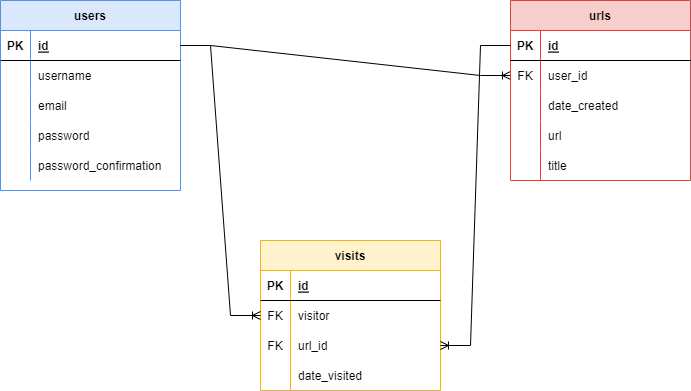
The draw.io diagram back-end/ERD - TinyURLs.png in Purpleknife/TinyURLs, before a commit. Source tidied: cells renumbered, new cells last; positions are measured from the earlier drawing's top-left corner, leaving out a move shared by most shapes. Source of this version:
```xml
<mxGraphModel>
  <root>
    <mxCell id="0" />
    <mxCell id="1" parent="0" />
    <mxCell id="2" value="users" style="shape=table;startSize=30;rowLines=0;fontStyle=1;align=center;fillColor=#dae8fc;strokeColor=#6c8ebf;" parent="1" vertex="1">
      <mxGeometry width="180" height="190" as="geometry" />
    </mxCell>
    <mxCell id="3" style="shape=tableRow;horizontal=0;startSize=0;swimlaneHead=0;swimlaneBody=0;fillColor=none;points=[[0,0.5],[1,0.5]];portConstraint=eastwest;top=0;left=0;right=0;bottom=1;" parent="2" vertex="1">
      <mxGeometry y="30" width="180" height="30" as="geometry" />
    </mxCell>
    <mxCell id="4" value="PK" style="shape=partialRectangle;fillColor=none;top=0;left=0;bottom=0;right=0;fontStyle=1;overflow=hidden;" parent="3" vertex="1">
      <mxGeometry width="30" height="30" as="geometry" />
    </mxCell>
    <mxCell id="5" value="id" style="shape=partialRectangle;fillColor=none;top=0;left=0;bottom=0;right=0;align=left;spacingLeft=6;fontStyle=5;overflow=hidden;" parent="3" vertex="1">
      <mxGeometry x="30" width="150" height="30" as="geometry" />
    </mxCell>
    <mxCell id="6" style="shape=tableRow;horizontal=0;startSize=0;swimlaneHead=0;swimlaneBody=0;fillColor=none;top=0;left=0;right=0;bottom=0;" parent="2" vertex="1">
      <mxGeometry y="60" width="180" height="30" as="geometry" />
    </mxCell>
    <mxCell id="7" style="shape=partialRectangle;fillColor=none;top=0;left=0;bottom=0;right=0;overflow=hidden;" parent="6" vertex="1">
      <mxGeometry width="30" height="30" as="geometry" />
    </mxCell>
    <mxCell id="8" value="username" style="shape=partialRectangle;fillColor=none;top=0;left=0;bottom=0;right=0;align=left;spacingLeft=6;overflow=hidden;" parent="6" vertex="1">
      <mxGeometry x="30" width="150" height="30" as="geometry" />
    </mxCell>
    <mxCell id="9" style="shape=tableRow;horizontal=0;startSize=0;swimlaneHead=0;swimlaneBody=0;fillColor=none;top=0;left=0;right=0;bottom=0;" parent="2" vertex="1">
      <mxGeometry y="90" width="180" height="30" as="geometry" />
    </mxCell>
    <mxCell id="10" style="shape=partialRectangle;fillColor=none;top=0;left=0;bottom=0;right=0;overflow=hidden;" parent="9" vertex="1">
      <mxGeometry width="30" height="30" as="geometry" />
    </mxCell>
    <mxCell id="11" value="email" style="shape=partialRectangle;fillColor=none;top=0;left=0;bottom=0;right=0;align=left;spacingLeft=6;overflow=hidden;" parent="9" vertex="1">
      <mxGeometry x="30" width="150" height="30" as="geometry" />
    </mxCell>
    <mxCell id="12" style="shape=tableRow;horizontal=0;startSize=0;swimlaneHead=0;swimlaneBody=0;fillColor=none;top=0;left=0;right=0;bottom=0;" parent="2" vertex="1">
      <mxGeometry y="120" width="180" height="30" as="geometry" />
    </mxCell>
    <mxCell id="13" style="shape=partialRectangle;fillColor=none;top=0;left=0;bottom=0;right=0;overflow=hidden;" parent="12" vertex="1">
      <mxGeometry width="30" height="30" as="geometry" />
    </mxCell>
    <mxCell id="14" value="password" style="shape=partialRectangle;fillColor=none;top=0;left=0;bottom=0;right=0;align=left;spacingLeft=6;overflow=hidden;" parent="12" vertex="1">
      <mxGeometry x="30" width="150" height="30" as="geometry" />
    </mxCell>
    <mxCell id="15" style="shape=tableRow;horizontal=0;startSize=0;swimlaneHead=0;swimlaneBody=0;fillColor=none;top=0;left=0;right=0;bottom=0;" parent="2" vertex="1">
      <mxGeometry y="150" width="180" height="30" as="geometry" />
    </mxCell>
    <mxCell id="16" style="shape=partialRectangle;fillColor=none;top=0;left=0;bottom=0;right=0;overflow=hidden;" parent="15" vertex="1">
      <mxGeometry width="30" height="30" as="geometry" />
    </mxCell>
    <mxCell id="17" value="password_confirmation" style="shape=partialRectangle;fillColor=none;top=0;left=0;bottom=0;right=0;align=left;spacingLeft=6;overflow=hidden;" parent="15" vertex="1">
      <mxGeometry x="30" width="150" height="30" as="geometry" />
    </mxCell>
    <mxCell id="18" style="edgeStyle=entityRelationEdgeStyle;fontSize=12;html=1;endArrow=ERoneToMany;rounded=0;entryX=0;entryY=0.5;entryDx=0;entryDy=0;" parent="1" edge="1" target="36">
      <mxGeometry relative="1" as="geometry">
        <mxPoint x="180" y="45" as="sourcePoint" />
      </mxGeometry>
    </mxCell>
    <mxCell id="19" value="visits" style="shape=table;startSize=30;rowLines=0;fontStyle=1;align=center;fillColor=#fff2cc;strokeColor=#d6b656;" parent="1" vertex="1">
      <mxGeometry x="260" y="240" width="180" height="150" as="geometry" />
    </mxCell>
    <mxCell id="20" style="shape=tableRow;horizontal=0;startSize=0;swimlaneHead=0;swimlaneBody=0;fillColor=none;top=0;left=0;right=0;bottom=1;" parent="19" vertex="1">
      <mxGeometry y="30" width="180" height="30" as="geometry" />
    </mxCell>
    <mxCell id="21" value="PK" style="shape=partialRectangle;fillColor=none;top=0;left=0;bottom=0;right=0;fontStyle=1;overflow=hidden;" parent="20" vertex="1">
      <mxGeometry width="30" height="30" as="geometry" />
    </mxCell>
    <mxCell id="22" value="id" style="shape=partialRectangle;fillColor=none;top=0;left=0;bottom=0;right=0;align=left;spacingLeft=6;fontStyle=5;overflow=hidden;" parent="20" vertex="1">
      <mxGeometry x="30" width="150" height="30" as="geometry" />
    </mxCell>
    <mxCell id="23" style="shape=tableRow;horizontal=0;startSize=0;swimlaneHead=0;swimlaneBody=0;fillColor=none;points=[[0,0.5],[1,0.5]];portConstraint=eastwest;top=0;left=0;right=0;bottom=0;" parent="19" vertex="1">
      <mxGeometry y="60" width="180" height="30" as="geometry" />
    </mxCell>
    <mxCell id="24" value="FK" style="shape=partialRectangle;fillColor=none;top=0;left=0;bottom=0;right=0;overflow=hidden;" parent="23" vertex="1">
      <mxGeometry width="30" height="30" as="geometry" />
    </mxCell>
    <mxCell id="25" value="visitor" style="shape=partialRectangle;fillColor=none;top=0;left=0;bottom=0;right=0;align=left;spacingLeft=6;overflow=hidden;" parent="23" vertex="1">
      <mxGeometry x="30" width="150" height="30" as="geometry" />
    </mxCell>
    <mxCell id="26" style="shape=tableRow;horizontal=0;startSize=0;swimlaneHead=0;swimlaneBody=0;fillColor=none;points=[[0,0.5],[1,0.5]];portConstraint=eastwest;top=0;left=0;right=0;bottom=0;" parent="19" vertex="1">
      <mxGeometry y="90" width="180" height="30" as="geometry" />
    </mxCell>
    <mxCell id="27" value="FK" style="shape=partialRectangle;fillColor=none;top=0;left=0;bottom=0;right=0;overflow=hidden;" parent="26" vertex="1">
      <mxGeometry width="30" height="30" as="geometry" />
    </mxCell>
    <mxCell id="28" value="url_id" style="shape=partialRectangle;fillColor=none;top=0;left=0;bottom=0;right=0;align=left;spacingLeft=6;overflow=hidden;" parent="26" vertex="1">
      <mxGeometry x="30" width="150" height="30" as="geometry" />
    </mxCell>
    <mxCell id="29" style="shape=tableRow;horizontal=0;startSize=0;swimlaneHead=0;swimlaneBody=0;fillColor=none;top=0;left=0;right=0;bottom=0;" parent="19" vertex="1">
      <mxGeometry y="120" width="180" height="30" as="geometry" />
    </mxCell>
    <mxCell id="30" style="shape=partialRectangle;fillColor=none;top=0;left=0;bottom=0;right=0;overflow=hidden;" parent="29" vertex="1">
      <mxGeometry width="30" height="30" as="geometry" />
    </mxCell>
    <mxCell id="31" value="date_visited" style="shape=partialRectangle;fillColor=none;top=0;left=0;bottom=0;right=0;align=left;spacingLeft=6;overflow=hidden;" parent="29" vertex="1">
      <mxGeometry x="30" width="150" height="30" as="geometry" />
    </mxCell>
    <mxCell id="32" value="urls" style="shape=table;startSize=30;rowLines=0;fontStyle=1;align=center;fillColor=#f8cecc;strokeColor=#b85450;" parent="1" vertex="1">
      <mxGeometry x="510" width="180" height="180" as="geometry" />
    </mxCell>
    <mxCell id="33" style="shape=tableRow;horizontal=0;startSize=0;swimlaneHead=0;swimlaneBody=0;fillColor=none;points=[[0,0.5],[1,0.5]];portConstraint=eastwest;top=0;left=0;right=0;bottom=1;" parent="32" vertex="1">
      <mxGeometry y="30" width="180" height="30" as="geometry" />
    </mxCell>
    <mxCell id="34" value="PK" style="shape=partialRectangle;fillColor=none;top=0;left=0;bottom=0;right=0;fontStyle=1;overflow=hidden;" parent="33" vertex="1">
      <mxGeometry width="30" height="30" as="geometry" />
    </mxCell>
    <mxCell id="35" value="id" style="shape=partialRectangle;fillColor=none;top=0;left=0;bottom=0;right=0;align=left;spacingLeft=6;fontStyle=5;overflow=hidden;" parent="33" vertex="1">
      <mxGeometry x="30" width="150" height="30" as="geometry" />
    </mxCell>
    <mxCell id="36" style="shape=tableRow;horizontal=0;startSize=0;swimlaneHead=0;swimlaneBody=0;fillColor=none;points=[[0,0.5],[1,0.5]];portConstraint=eastwest;top=0;left=0;right=0;bottom=0;" parent="32" vertex="1">
      <mxGeometry y="60" width="180" height="30" as="geometry" />
    </mxCell>
    <mxCell id="37" value="FK" style="shape=partialRectangle;fillColor=none;top=0;left=0;bottom=0;right=0;overflow=hidden;" parent="36" vertex="1">
      <mxGeometry width="30" height="30" as="geometry" />
    </mxCell>
    <mxCell id="38" value="user_id" style="shape=partialRectangle;fillColor=none;top=0;left=0;bottom=0;right=0;align=left;spacingLeft=6;overflow=hidden;" parent="36" vertex="1">
      <mxGeometry x="30" width="150" height="30" as="geometry" />
    </mxCell>
    <mxCell id="39" style="shape=tableRow;horizontal=0;startSize=0;swimlaneHead=0;swimlaneBody=0;fillColor=none;top=0;left=0;right=0;bottom=0;" parent="32" vertex="1">
      <mxGeometry y="90" width="180" height="30" as="geometry" />
    </mxCell>
    <mxCell id="40" style="shape=partialRectangle;fillColor=none;top=0;left=0;bottom=0;right=0;overflow=hidden;" parent="39" vertex="1">
      <mxGeometry width="30" height="30" as="geometry" />
    </mxCell>
    <mxCell id="41" value="date_created" style="shape=partialRectangle;fillColor=none;top=0;left=0;bottom=0;right=0;align=left;spacingLeft=6;overflow=hidden;" parent="39" vertex="1">
      <mxGeometry x="30" width="150" height="30" as="geometry" />
    </mxCell>
    <mxCell id="42" style="shape=tableRow;horizontal=0;startSize=0;swimlaneHead=0;swimlaneBody=0;fillColor=none;top=0;left=0;right=0;bottom=0;" parent="32" vertex="1">
      <mxGeometry y="120" width="180" height="30" as="geometry" />
    </mxCell>
    <mxCell id="43" style="shape=partialRectangle;fillColor=none;top=0;left=0;bottom=0;right=0;overflow=hidden;" parent="42" vertex="1">
      <mxGeometry width="30" height="30" as="geometry" />
    </mxCell>
    <mxCell id="44" value="url" style="shape=partialRectangle;fillColor=none;top=0;left=0;bottom=0;right=0;align=left;spacingLeft=6;overflow=hidden;" parent="42" vertex="1">
      <mxGeometry x="30" width="150" height="30" as="geometry" />
    </mxCell>
    <mxCell id="45" style="shape=tableRow;horizontal=0;startSize=0;swimlaneHead=0;swimlaneBody=0;fillColor=none;top=0;left=0;right=0;bottom=0;" parent="32" vertex="1">
      <mxGeometry y="150" width="180" height="30" as="geometry" />
    </mxCell>
    <mxCell id="46" style="shape=partialRectangle;fillColor=none;top=0;left=0;bottom=0;right=0;overflow=hidden;" parent="45" vertex="1">
      <mxGeometry width="30" height="30" as="geometry" />
    </mxCell>
    <mxCell id="47" value="title" style="shape=partialRectangle;fillColor=none;top=0;left=0;bottom=0;right=0;align=left;spacingLeft=6;overflow=hidden;" parent="45" vertex="1">
      <mxGeometry x="30" width="150" height="30" as="geometry" />
    </mxCell>
    <mxCell id="48" style="edgeStyle=entityRelationEdgeStyle;fontSize=12;html=1;endArrow=ERoneToMany;rounded=0;entryX=0;entryY=0.5;entryDx=0;entryDy=0;exitX=1;exitY=0.5;exitDx=0;exitDy=0;" parent="1" edge="1" source="3" target="23">
      <mxGeometry relative="1" as="geometry" />
    </mxCell>
    <mxCell id="49" style="edgeStyle=entityRelationEdgeStyle;fontSize=12;html=1;endArrow=ERoneToMany;rounded=0;exitX=0;exitY=0.5;exitDx=0;exitDy=0;entryX=1;entryY=0.5;entryDx=0;entryDy=0;" parent="1" edge="1" source="33" target="26">
      <mxGeometry relative="1" as="geometry" />
    </mxCell>
  </root>
</mxGraphModel>
```
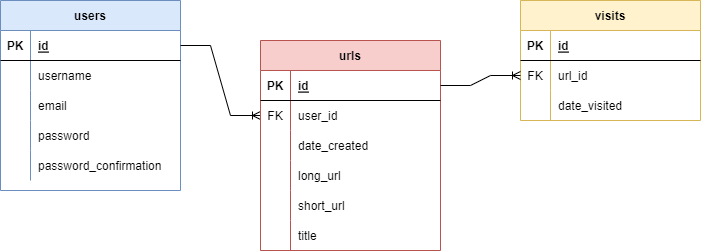
After the commit.

The edit, as a diff of the source:
```diff
@@ -56,7 +56,7 @@
       </mxGeometry>
     </mxCell>
     <mxCell id="19" value="visits" style="shape=table;startSize=30;rowLines=0;fontStyle=1;align=center;fillColor=#fff2cc;strokeColor=#d6b656;" parent="1" vertex="1">
-      <mxGeometry x="260" y="240" width="180" height="150" as="geometry" />
+      <mxGeometry x="520" width="180" height="120" as="geometry" />
     </mxCell>
     <mxCell id="20" style="shape=tableRow;horizontal=0;startSize=0;swimlaneHead=0;swimlaneBody=0;fillColor=none;top=0;left=0;right=0;bottom=1;" parent="19" vertex="1">
       <mxGeometry y="30" width="180" height="30" as="geometry" />
@@ -67,17 +67,8 @@
     <mxCell id="22" value="id" style="shape=partialRectangle;fillColor=none;top=0;left=0;bottom=0;right=0;align=left;spacingLeft=6;fontStyle=5;overflow=hidden;" parent="20" vertex="1">
       <mxGeometry x="30" width="150" height="30" as="geometry" />
     </mxCell>
-    <mxCell id="23" style="shape=tableRow;horizontal=0;startSize=0;swimlaneHead=0;swimlaneBody=0;fillColor=none;points=[[0,0.5],[1,0.5]];portConstraint=eastwest;top=0;left=0;right=0;bottom=0;" parent="19" vertex="1">
-      <mxGeometry y="60" width="180" height="30" as="geometry" />
-    </mxCell>
-    <mxCell id="24" value="FK" style="shape=partialRectangle;fillColor=none;top=0;left=0;bottom=0;right=0;overflow=hidden;" parent="23" vertex="1">
-      <mxGeometry width="30" height="30" as="geometry" />
-    </mxCell>
-    <mxCell id="25" value="visitor" style="shape=partialRectangle;fillColor=none;top=0;left=0;bottom=0;right=0;align=left;spacingLeft=6;overflow=hidden;" parent="23" vertex="1">
-      <mxGeometry x="30" width="150" height="30" as="geometry" />
-    </mxCell>
     <mxCell id="26" style="shape=tableRow;horizontal=0;startSize=0;swimlaneHead=0;swimlaneBody=0;fillColor=none;points=[[0,0.5],[1,0.5]];portConstraint=eastwest;top=0;left=0;right=0;bottom=0;" parent="19" vertex="1">
-      <mxGeometry y="90" width="180" height="30" as="geometry" />
+      <mxGeometry y="60" width="180" height="30" as="geometry" />
     </mxCell>
     <mxCell id="27" value="FK" style="shape=partialRectangle;fillColor=none;top=0;left=0;bottom=0;right=0;overflow=hidden;" parent="26" vertex="1">
       <mxGeometry width="30" height="30" as="geometry" />
@@ -86,7 +77,7 @@
       <mxGeometry x="30" width="150" height="30" as="geometry" />
     </mxCell>
     <mxCell id="29" style="shape=tableRow;horizontal=0;startSize=0;swimlaneHead=0;swimlaneBody=0;fillColor=none;top=0;left=0;right=0;bottom=0;" parent="19" vertex="1">
-      <mxGeometry y="120" width="180" height="30" as="geometry" />
+      <mxGeometry y="90" width="180" height="30" as="geometry" />
     </mxCell>
     <mxCell id="30" style="shape=partialRectangle;fillColor=none;top=0;left=0;bottom=0;right=0;overflow=hidden;" parent="29" vertex="1">
       <mxGeometry width="30" height="30" as="geometry" />
@@ -95,7 +86,7 @@
       <mxGeometry x="30" width="150" height="30" as="geometry" />
     </mxCell>
     <mxCell id="32" value="urls" style="shape=table;startSize=30;rowLines=0;fontStyle=1;align=center;fillColor=#f8cecc;strokeColor=#b85450;" parent="1" vertex="1">
-      <mxGeometry x="510" width="180" height="180" as="geometry" />
+      <mxGeometry x="260" y="40" width="180" height="210" as="geometry" />
     </mxCell>
     <mxCell id="33" style="shape=tableRow;horizontal=0;startSize=0;swimlaneHead=0;swimlaneBody=0;fillColor=none;points=[[0,0.5],[1,0.5]];portConstraint=eastwest;top=0;left=0;right=0;bottom=1;" parent="32" vertex="1">
       <mxGeometry y="30" width="180" height="30" as="geometry" />
@@ -130,7 +121,7 @@
     <mxCell id="43" style="shape=partialRectangle;fillColor=none;top=0;left=0;bottom=0;right=0;overflow=hidden;" parent="42" vertex="1">
       <mxGeometry width="30" height="30" as="geometry" />
     </mxCell>
-    <mxCell id="44" value="url" style="shape=partialRectangle;fillColor=none;top=0;left=0;bottom=0;right=0;align=left;spacingLeft=6;overflow=hidden;" parent="42" vertex="1">
+    <mxCell id="44" value="long_url" style="shape=partialRectangle;fillColor=none;top=0;left=0;bottom=0;right=0;align=left;spacingLeft=6;overflow=hidden;" parent="42" vertex="1">
       <mxGeometry x="30" width="150" height="30" as="geometry" />
     </mxCell>
     <mxCell id="45" style="shape=tableRow;horizontal=0;startSize=0;swimlaneHead=0;swimlaneBody=0;fillColor=none;top=0;left=0;right=0;bottom=0;" parent="32" vertex="1">
@@ -139,13 +130,19 @@
     <mxCell id="46" style="shape=partialRectangle;fillColor=none;top=0;left=0;bottom=0;right=0;overflow=hidden;" parent="45" vertex="1">
       <mxGeometry width="30" height="30" as="geometry" />
     </mxCell>
-    <mxCell id="47" value="title" style="shape=partialRectangle;fillColor=none;top=0;left=0;bottom=0;right=0;align=left;spacingLeft=6;overflow=hidden;" parent="45" vertex="1">
+    <mxCell id="47" value="short_url" style="shape=partialRectangle;fillColor=none;top=0;left=0;bottom=0;right=0;align=left;spacingLeft=6;overflow=hidden;" parent="45" vertex="1">
       <mxGeometry x="30" width="150" height="30" as="geometry" />
     </mxCell>
-    <mxCell id="48" style="edgeStyle=entityRelationEdgeStyle;fontSize=12;html=1;endArrow=ERoneToMany;rounded=0;entryX=0;entryY=0.5;entryDx=0;entryDy=0;exitX=1;exitY=0.5;exitDx=0;exitDy=0;" parent="1" edge="1" source="3" target="23">
-      <mxGeometry relative="1" as="geometry" />
-    </mxCell>
+    <mxCell id="50" style="shape=tableRow;horizontal=0;startSize=0;swimlaneHead=0;swimlaneBody=0;fillColor=none;top=0;left=0;right=0;bottom=0;" parent="32" vertex="1">
+      <mxGeometry y="180" width="180" height="30" as="geometry" />
+    </mxCell>
+    <mxCell id="51" style="shape=partialRectangle;fillColor=none;top=0;left=0;bottom=0;right=0;overflow=hidden;" parent="50" vertex="1">
+      <mxGeometry width="30" height="30" as="geometry" />
+    </mxCell>
+    <mxCell id="52" value="title" style="shape=partialRectangle;fillColor=none;top=0;left=0;bottom=0;right=0;align=left;spacingLeft=6;overflow=hidden;" parent="50" vertex="1">
+      <mxGeometry x="30" width="150" height="30" as="geometry" />
+    </mxCell>
-    <mxCell id="49" style="edgeStyle=entityRelationEdgeStyle;fontSize=12;html=1;endArrow=ERoneToMany;rounded=0;exitX=0;exitY=0.5;exitDx=0;exitDy=0;entryX=1;entryY=0.5;entryDx=0;entryDy=0;" parent="1" edge="1" source="33" target="26">
+    <mxCell id="49" style="edgeStyle=entityRelationEdgeStyle;fontSize=12;html=1;endArrow=ERoneToMany;rounded=0;exitX=1;exitY=0.5;exitDx=0;exitDy=0;entryX=0;entryY=0.5;entryDx=0;entryDy=0;" parent="1" edge="1" source="33" target="26">
       <mxGeometry relative="1" as="geometry" />
     </mxCell>
   </root>
```
